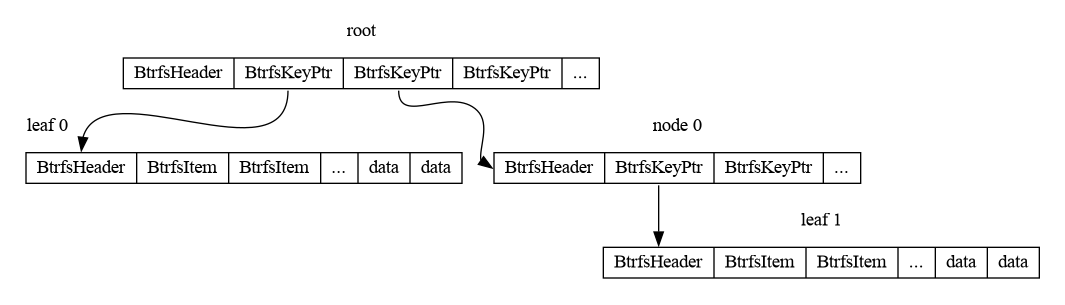
Before: examples/btrfs-internals-3/tree.png, a diagram exported from Graphviz (danobi/dxuuu.xyz). Its source is kept beside it as examples/btrfs-internals-3/tree.dot.
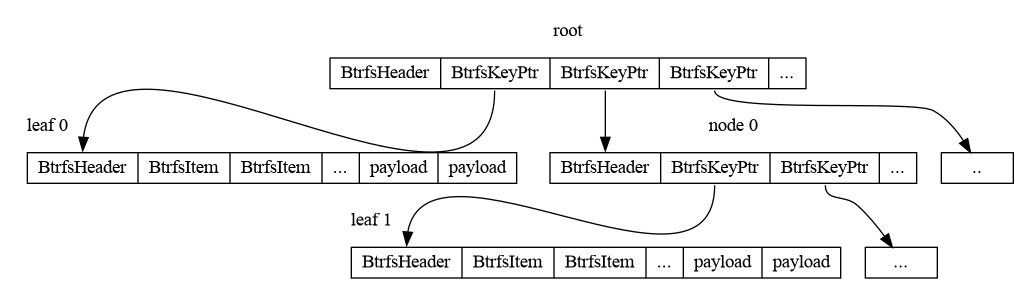
After the commit.

Commit message:
btrfs-internals-3: Add some stuff

Diff of the diagram source:
```diff
@@ -9,7 +9,7 @@
   }
 
   subgraph cluster_2 {
-    n1 [label = "<f0> BtrfsHeader | <f1> BtrfsItem | <f2> BtrfsItem | <f3> ... | <f4> data | <f5> data"];
+    n1 [label = "<f0> BtrfsHeader | <f1> BtrfsItem | <f2> BtrfsItem | <f3> ... | <f4> payload | <f5> payload"];
     label = "leaf 0";
     labeljust = "l";
     pencolor = transparent;
@@ -22,12 +22,15 @@
   }
 
   subgraph cluster_4 {
-    n3 [label = "<f0> BtrfsHeader | <f1> BtrfsItem | <f2> BtrfsItem | <f3> ... | <f4> data | <f5> data"];
+    n3 [label = "<f0> BtrfsHeader | <f1> BtrfsItem | <f2> BtrfsItem | <f3> ... | <f4> payload | <f5> payload"];
     label = "leaf 1";
+    labeljust = "l";
     pencolor = transparent;
   }
 
   "n0":f1 -> "n1":f0;
   "n0":f2 -> "n2":f0;
+  "n0":f3 -> "..";
   "n2":f1 -> "n3":f0;
+  "n2":f2 -> "...";
 }
```
